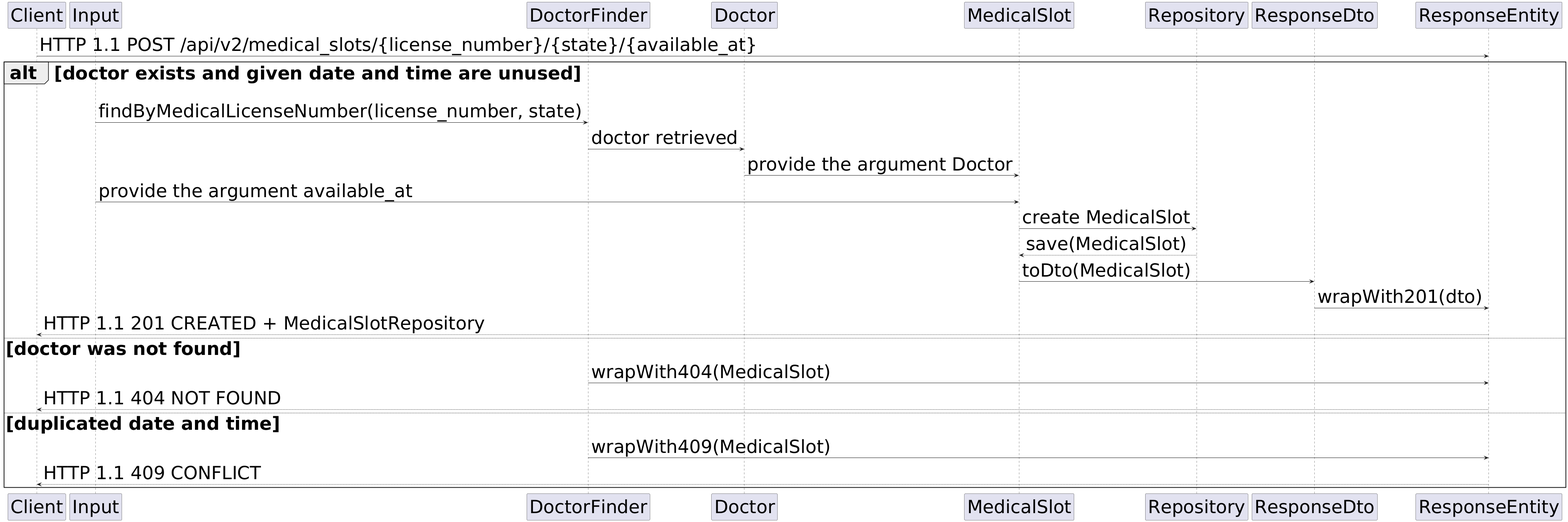
LazaroDamasceno/Dissertacao-Mestrado keeps this PlantUML diagram as figures/medical_slot_registration_sequence_diagram.png. Above is the earlier version. The source it was exported from:
```plantuml
@startuml
skinparam defaultFontSize 47

participant "Client"
participant "Input"
participant "DoctorFinder" as finder
participant "Doctor"
participant "MedicalSlot" as ms
participant "Repository" as repository
participant "ResponseDto" as responseDto
participant "ResponseEntity"

Client -> ResponseEntity: HTTP 1.1 POST /api/v2/medical_slots/{license_number}/{state}/{available_at}

alt doctor exists and given date and time are unused

Input -> finder: findByMedicalLicenseNumber(license_number, state)

finder -> Doctor: doctor retrieved

Doctor -> ms: provide the argument Doctor

Input -> ms: provide the argument available_at

ms -> repository: create MedicalSlot

ms <-- repository: save(MedicalSlot)

ms -> responseDto: toDto(MedicalSlot)

responseDto -> ResponseEntity: wrapWith201(dto)

Client <-- ResponseEntity: HTTP 1.1 201 CREATED + MedicalSlotRepository

else doctor was not found

finder -> ResponseEntity: wrapWith404(MedicalSlot)

Client <-- ResponseEntity: HTTP 1.1 404 NOT FOUND

else duplicated date and time

finder -> ResponseEntity: wrapWith409(MedicalSlot)

Client <-- ResponseEntity: HTTP 1.1 409 CONFLICT

end
@enduml
```
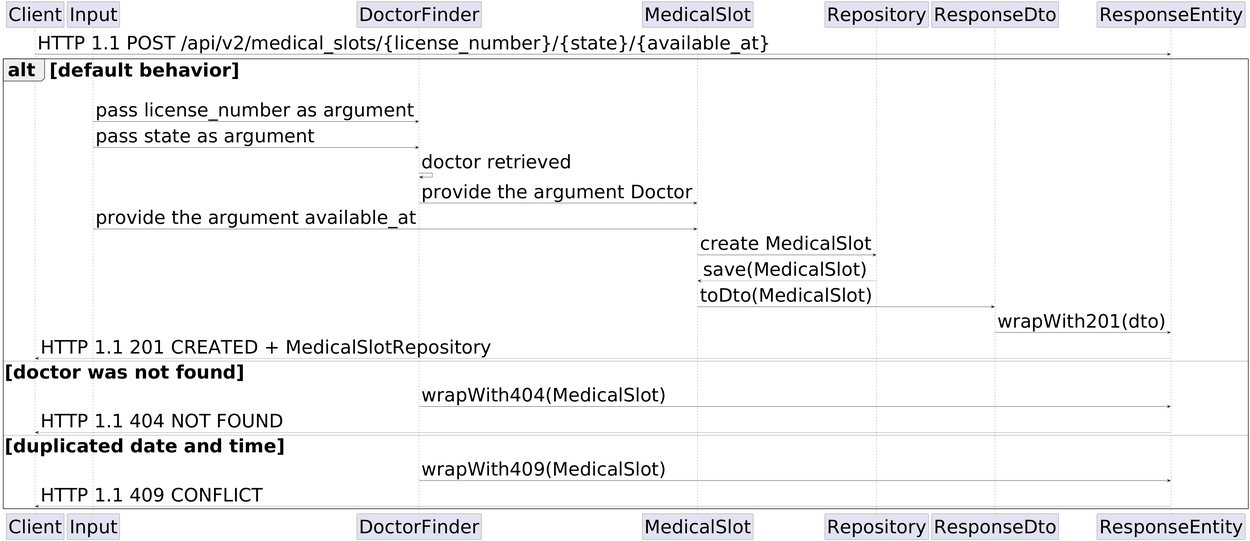
After the commit.

Change to the diagram source:
```diff
@@ -1,10 +1,9 @@
 @startuml
-skinparam defaultFontSize 47
+skinparam defaultFontSize 60
 
 participant "Client"
 participant "Input"
 participant "DoctorFinder" as finder
-participant "Doctor"
 participant "MedicalSlot" as ms
 participant "Repository" as repository
 participant "ResponseDto" as responseDto
@@ -12,13 +11,15 @@
 
 Client -> ResponseEntity: HTTP 1.1 POST /api/v2/medical_slots/{license_number}/{state}/{available_at}
 
-alt doctor exists and given date and time are unused
+alt default behavior
 
-Input -> finder: findByMedicalLicenseNumber(license_number, state)
+Input -> finder: pass license_number as argument
 
-finder -> Doctor: doctor retrieved
+Input -> finder: pass state as argument
 
-Doctor -> ms: provide the argument Doctor
+finder -> finder: doctor retrieved
+
+finder -> ms: provide the argument Doctor
 
 Input -> ms: provide the argument available_at
 
```
